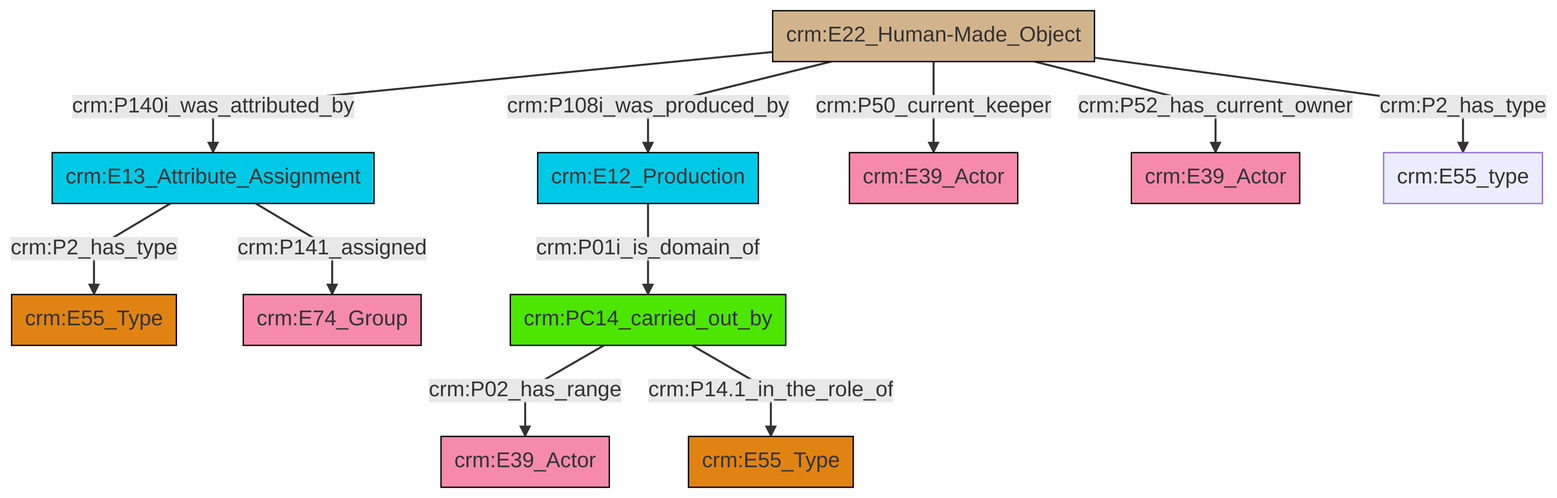
This is et/artworkCSV/ttl/mmd/png/Artwork_Actor_Relations.png from swiss-art-research-net/reference-data-models, a Mermaid export, as it was before one commit. Its source is kept beside it as et/artworkCSV/ttl/mmd/Artwork_Actor_Relations.ttl.mmd.
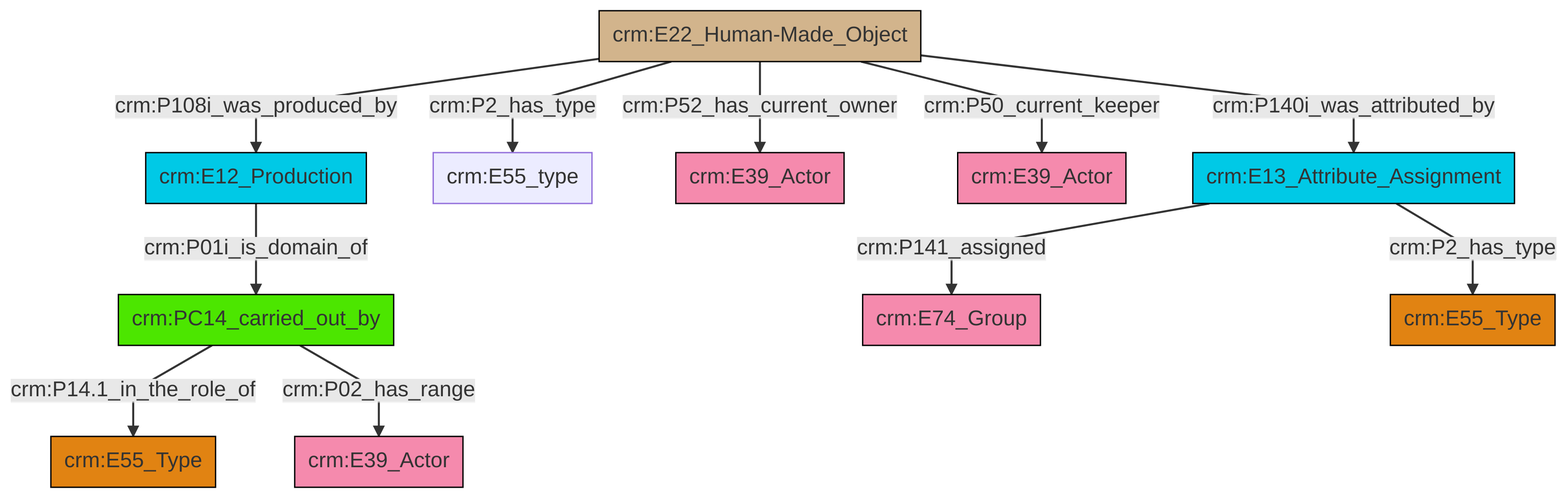
The same file after the commit.

Change to the diagram source:
```diff
@@ -13,13 +13,13 @@
 classDef PC_Classes fill:#4ce600, stroke:#000000;
 classDef Multi fill:#cccccc,stroke:#000000;
 
-0["crm:E13_Attribute_Assignment"]:::Temporal_Entity -->|crm:P2_has_type| 1["crm:E55_Type"]:::Type
-4["crm:E12_Production"]:::Temporal_Entity -->|crm:P01i_is_domain_of| 5["crm:PC14_carried_out_by"]:::PC_Classes
-8["crm:E22_Human-Made_Object"]:::Physical_Thing -->|crm:P140i_was_attributed_by| 0["crm:E13_Attribute_Assignment"]:::Temporal_Entity
-5["crm:PC14_carried_out_by"]:::PC_Classes -->|crm:P02_has_range| 9["crm:E39_Actor"]:::Actor
-8["crm:E22_Human-Made_Object"]:::Physical_Thing -->|crm:P108i_was_produced_by| 4["crm:E12_Production"]:::Temporal_Entity
-8["crm:E22_Human-Made_Object"]:::Physical_Thing -->|crm:P50_current_keeper| 13["crm:E39_Actor"]:::Actor
-5["crm:PC14_carried_out_by"]:::PC_Classes -->|crm:P14.1_in_the_role_of| 16["crm:E55_Type"]:::Type
-0["crm:E13_Attribute_Assignment"]:::Temporal_Entity -->|crm:P141_assigned| 6["crm:E74_Group"]:::Actor
-8["crm:E22_Human-Made_Object"]:::Physical_Thing -->|crm:P52_has_current_owner| 2["crm:E39_Actor"]:::Actor
-8["crm:E22_Human-Made_Object"]:::Physical_Thing -->|crm:P2_has_type| 14["crm:E55_type"]:::Default
+4["crm:E22_Human-Made_Object"]:::Physical_Thing -->|crm:P108i_was_produced_by| 0["crm:E12_Production"]:::Temporal_Entity
+5["crm:PC14_carried_out_by"]:::PC_Classes -->|crm:P14.1_in_the_role_of| 6["crm:E55_Type"]:::Type
+4["crm:E22_Human-Made_Object"]:::Physical_Thing -->|crm:P140i_was_attributed_by| 11["crm:E13_Attribute_Assignment"]:::Temporal_Entity
+4["crm:E22_Human-Made_Object"]:::Physical_Thing -->|crm:P50_current_keeper| 9["crm:E39_Actor"]:::Actor
+0["crm:E12_Production"]:::Temporal_Entity -->|crm:P01i_is_domain_of| 5["crm:PC14_carried_out_by"]:::PC_Classes
+11["crm:E13_Attribute_Assignment"]:::Temporal_Entity -->|crm:P141_assigned| 13["crm:E74_Group"]:::Actor
+4["crm:E22_Human-Made_Object"]:::Physical_Thing -->|crm:P52_has_current_owner| 7["crm:E39_Actor"]:::Actor
+5["crm:PC14_carried_out_by"]:::PC_Classes -->|crm:P02_has_range| 16["crm:E39_Actor"]:::Actor
+4["crm:E22_Human-Made_Object"]:::Physical_Thing -->|crm:P2_has_type| 2["crm:E55_type"]:::Default
+11["crm:E13_Attribute_Assignment"]:::Temporal_Entity -->|crm:P2_has_type| 20["crm:E55_Type"]:::Type
```
